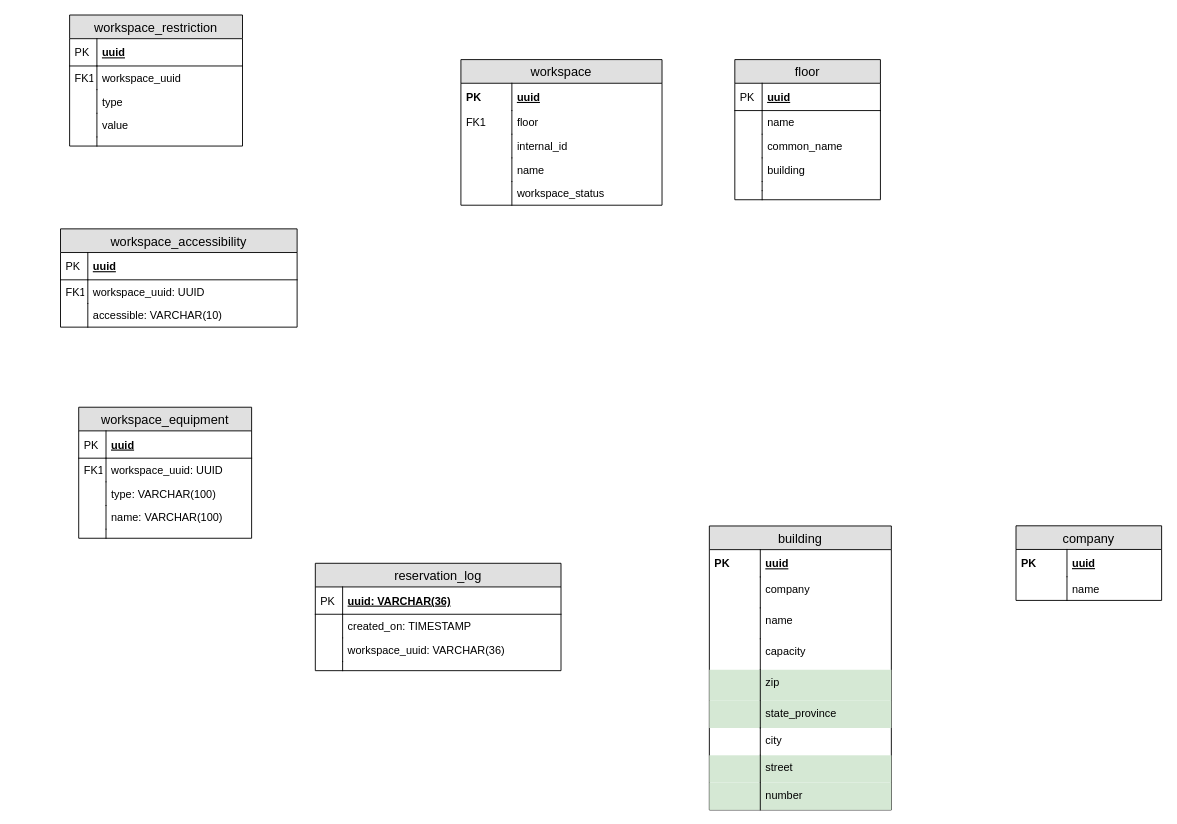
MaslovD/project-zebra-diagrams keeps this draw.io diagram as housekeeper-service-erd.drawio. Above is the earlier version. Source tidied: cells renumbered, new cells numbered last; positions are measured from the earlier drawing's top-left corner, leaving out a move shared by most shapes. Both pictures are drawn from the tidied source at 91%, with x=0, y=0 at pixel (60, 15).
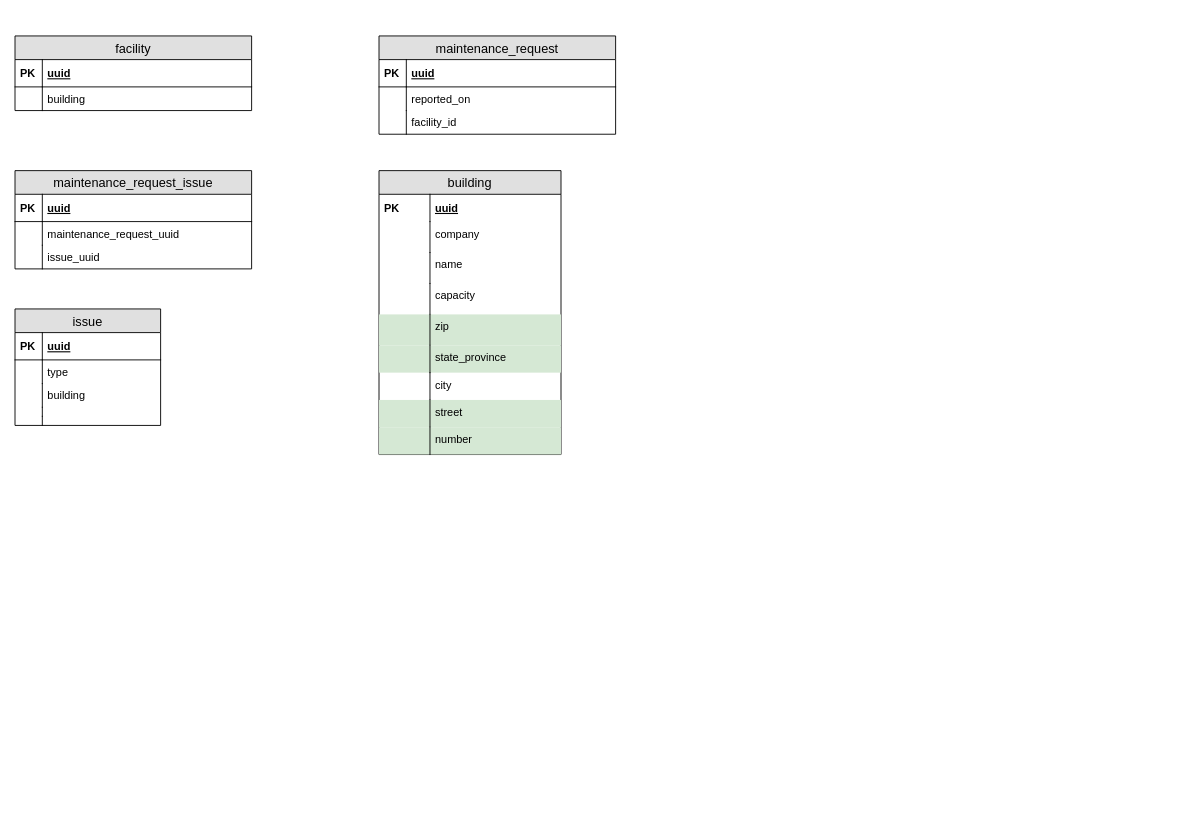
The same page after the edit.

Unchanged cells that the change refers to:
```xml
<mxCell id="58" value="uuid" style="shape=partialRectangle;top=0;left=0;right=0;bottom=1;align=left;verticalAlign=middle;fillColor=none;spacingLeft=34;spacingRight=4;overflow=hidden;fontStyle=5;fontSize=12;" parent="57" vertex="1">
  <mxGeometry y="26" width="160" height="30" as="geometry" />
</mxCell>
<mxCell id="82" value="uuid" style="shape=partialRectangle;top=0;left=0;right=0;bottom=1;align=left;verticalAlign=middle;fillColor=none;spacingLeft=34;spacingRight=4;overflow=hidden;fontStyle=5;fontSize=12;" parent="81" vertex="1">
  <mxGeometry y="26" width="260" height="30" as="geometry" />
</mxCell>
```

What changed in the source:
```diff
@@
-    <mxCell id="2" value="company" style="swimlane;fontStyle=0;horizontal=1;startSize=26;fillColor=#e0e0e0;swimlaneFillColor=#ffffff;align=center;fontSize=14;" parent="1" vertex="1">
-      <mxGeometry x="1050" y="561.3" width="160" height="82" as="geometry" />
-    </mxCell>
-    <mxCell id="3" value="uuid" style="shape=partialRectangle;top=0;left=0;right=0;bottom=0;align=left;verticalAlign=middle;fillColor=none;spacingLeft=60;spacingRight=4;overflow=hidden;fontStyle=5;fontSize=12;" parent="2" vertex="1">
-      <mxGeometry y="26" width="160" height="30" as="geometry" />
-    </mxCell>
-    <mxCell id="4" value="PK" style="shape=partialRectangle;fontStyle=1;top=0;left=0;bottom=0;fillColor=none;align=left;verticalAlign=middle;spacingLeft=4;spacingRight=4;overflow=hidden;fontSize=12;" parent="3" vertex="1">
-      <mxGeometry width="56" height="30" as="geometry" />
-    </mxCell>
-    <mxCell id="5" value="name" style="shape=partialRectangle;top=0;left=0;right=0;bottom=0;align=left;verticalAlign=top;fillColor=none;spacingLeft=60;spacingRight=4;overflow=hidden;fontSize=12;" parent="2" vertex="1">
-      <mxGeometry y="56" width="160" height="26" as="geometry" />
-    </mxCell>
-    <mxCell id="6" style="shape=partialRectangle;top=0;left=0;bottom=0;fillColor=none;align=left;verticalAlign=top;spacingLeft=4;spacingRight=4;overflow=hidden;fontSize=12;" parent="5" vertex="1">
-      <mxGeometry width="56" height="26" as="geometry" />
-    </mxCell>
-    <mxCell id="7" value="workspace" style="swimlane;fontStyle=0;horizontal=1;startSize=26;fillColor=#e0e0e0;swimlaneFillColor=#ffffff;align=center;fontSize=14;" parent="1" vertex="1">
-      <mxGeometry x="440" y="49" width="221" height="160" as="geometry" />
-    </mxCell>
-    <mxCell id="8" value="uuid" style="shape=partialRectangle;top=0;left=0;right=0;bottom=0;align=left;verticalAlign=middle;fillColor=none;spacingLeft=60;spacingRight=4;overflow=hidden;fontStyle=5;fontSize=12;perimeterSpacing=1;" parent="7" vertex="1">
-      <mxGeometry y="26" width="221" height="30" as="geometry" />
-    </mxCell>
-    <mxCell id="9" value="PK" style="shape=partialRectangle;fontStyle=1;top=0;left=0;bottom=0;fillColor=none;align=left;verticalAlign=middle;spacingLeft=4;spacingRight=4;overflow=hidden;fontSize=12;" parent="8" vertex="1">
-      <mxGeometry width="56" height="30" as="geometry" />
-    </mxCell>
-    <mxCell id="10" value="floor" style="shape=partialRectangle;top=0;left=0;right=0;bottom=0;align=left;verticalAlign=top;fillColor=none;spacingLeft=60;spacingRight=4;overflow=hidden;fontSize=12;" parent="7" vertex="1">
-      <mxGeometry y="56" width="221" height="26" as="geometry" />
-    </mxCell>
-    <mxCell id="11" value="FK1" style="shape=partialRectangle;top=0;left=0;bottom=0;fillColor=none;align=left;verticalAlign=top;spacingLeft=4;spacingRight=4;overflow=hidden;fontSize=12;" parent="10" vertex="1">
-      <mxGeometry width="56" height="26" as="geometry" />
-    </mxCell>
-    <mxCell id="12" value="internal_id" style="shape=partialRectangle;top=0;left=0;right=0;bottom=0;align=left;verticalAlign=top;fillColor=none;spacingLeft=60;spacingRight=4;overflow=hidden;fontSize=12;" parent="7" vertex="1">
-      <mxGeometry y="82" width="221" height="26" as="geometry" />
-    </mxCell>
-    <mxCell id="13" style="shape=partialRectangle;top=0;left=0;bottom=0;fillColor=none;align=left;verticalAlign=top;spacingLeft=4;spacingRight=4;overflow=hidden;fontSize=12;" parent="12" vertex="1">
-      <mxGeometry width="56" height="26" as="geometry" />
-    </mxCell>
-    <mxCell id="14" value="name" style="shape=partialRectangle;top=0;left=0;right=0;bottom=0;align=left;verticalAlign=top;fillColor=none;spacingLeft=60;spacingRight=4;overflow=hidden;fontSize=12;" parent="7" vertex="1">
-      <mxGeometry y="108" width="221" height="26" as="geometry" />
-    </mxCell>
-    <mxCell id="15" style="shape=partialRectangle;top=0;left=0;bottom=0;fillColor=none;align=left;verticalAlign=top;spacingLeft=4;spacingRight=4;overflow=hidden;fontSize=12;" parent="14" vertex="1">
-      <mxGeometry width="56" height="26" as="geometry" />
-    </mxCell>
-    <mxCell id="16" value="workspace_status" style="shape=partialRectangle;top=0;left=0;right=0;bottom=0;align=left;verticalAlign=top;fillColor=none;spacingLeft=60;spacingRight=4;overflow=hidden;fontSize=12;" parent="7" vertex="1">
-      <mxGeometry y="134" width="221" height="26" as="geometry" />
-    </mxCell>
-    <mxCell id="17" style="shape=partialRectangle;top=0;left=0;bottom=0;fillColor=none;align=left;verticalAlign=top;spacingLeft=4;spacingRight=4;overflow=hidden;fontSize=12;" parent="16" vertex="1">
-      <mxGeometry width="56" height="26" as="geometry" />
-    </mxCell>
     <mxCell id="18" value="building" style="swimlane;fontStyle=0;horizontal=1;startSize=26;fillColor=#e0e0e0;swimlaneFillColor=#ffffff;align=center;fontSize=14;" parent="1" vertex="1">
-      <mxGeometry x="713" y="561.5" width="200" height="312" as="geometry" />
+      <mxGeometry x="350" y="171" width="200" height="312" as="geometry" />
     </mxCell>
@@
-    <mxCell id="37" value="reservation_log" style="swimlane;fontStyle=0;horizontal=1;startSize=26;fillColor=#e0e0e0;swimlaneFillColor=#ffffff;align=center;fontSize=14;" parent="1" vertex="1">
-      <mxGeometry x="280" y="602.5" width="270" height="118" as="geometry" />
-    </mxCell>
-    <mxCell id="38" value="uuid: VARCHAR(36)" style="shape=partialRectangle;top=0;left=0;right=0;bottom=1;align=left;verticalAlign=middle;fillColor=none;spacingLeft=34;spacingRight=4;overflow=hidden;fontStyle=5;fontSize=12;" parent="37" vertex="1">
-      <mxGeometry y="26" width="270" height="30" as="geometry" />
-    </mxCell>
-    <mxCell id="39" value="PK" style="shape=partialRectangle;top=0;left=0;bottom=0;fillColor=none;align=left;verticalAlign=middle;spacingLeft=4;spacingRight=4;overflow=hidden;fontSize=12;" parent="38" vertex="1">
-      <mxGeometry width="30" height="30" as="geometry" />
-    </mxCell>
-    <mxCell id="40" value="created_on: TIMESTAMP" style="shape=partialRectangle;top=0;left=0;right=0;bottom=0;align=left;verticalAlign=top;fillColor=none;spacingLeft=34;spacingRight=4;overflow=hidden;fontSize=12;" parent="37" vertex="1">
-      <mxGeometry y="56" width="270" height="26" as="geometry" />
-    </mxCell>
-    <mxCell id="41" style="shape=partialRectangle;top=0;left=0;bottom=0;fillColor=none;align=left;verticalAlign=top;spacingLeft=4;spacingRight=4;overflow=hidden;fontSize=12;" parent="40" vertex="1">
-      <mxGeometry width="30" height="26" as="geometry" />
-    </mxCell>
-    <mxCell id="42" value="workspace_uuid: VARCHAR(36)" style="shape=partialRectangle;top=0;left=0;right=0;bottom=0;align=left;verticalAlign=top;fillColor=none;spacingLeft=34;spacingRight=4;overflow=hidden;fontSize=12;" parent="37" vertex="1">
-      <mxGeometry y="82" width="270" height="26" as="geometry" />
-    </mxCell>
-    <mxCell id="43" style="shape=partialRectangle;top=0;left=0;bottom=0;fillColor=none;align=left;verticalAlign=top;spacingLeft=4;spacingRight=4;overflow=hidden;fontSize=12;" parent="42" vertex="1">
-      <mxGeometry width="30" height="26" as="geometry" />
-    </mxCell>
-    <mxCell id="44" style="shape=partialRectangle;top=0;left=0;right=0;bottom=0;align=left;verticalAlign=top;fillColor=none;spacingLeft=34;spacingRight=4;overflow=hidden;fontSize=12;" parent="37" vertex="1">
-      <mxGeometry y="108" width="270" height="10" as="geometry" />
-    </mxCell>
-    <mxCell id="45" style="shape=partialRectangle;top=0;left=0;bottom=0;fillColor=none;align=left;verticalAlign=top;spacingLeft=4;spacingRight=4;overflow=hidden;fontSize=12;" parent="44" vertex="1">
-      <mxGeometry width="30" height="10" as="geometry" />
-    </mxCell>
-    <mxCell id="46" value="workspace_restriction" style="swimlane;fontStyle=0;horizontal=1;startSize=26;fillColor=#e0e0e0;swimlaneFillColor=#ffffff;align=center;fontSize=14;" parent="1" vertex="1">
-      <mxGeometry x="10" width="190" height="144" as="geometry" />
-    </mxCell>
-    <mxCell id="47" value="uuid" style="shape=partialRectangle;top=0;left=0;right=0;bottom=1;align=left;verticalAlign=middle;fillColor=none;spacingLeft=34;spacingRight=4;overflow=hidden;fontStyle=5;fontSize=12;" parent="46" vertex="1">
-      <mxGeometry y="26" width="190" height="30" as="geometry" />
-    </mxCell>
-    <mxCell id="48" value="PK" style="shape=partialRectangle;top=0;left=0;bottom=0;fillColor=none;align=left;verticalAlign=middle;spacingLeft=4;spacingRight=4;overflow=hidden;fontSize=12;" parent="47" vertex="1">
-      <mxGeometry width="30" height="30" as="geometry" />
-    </mxCell>
-    <mxCell id="49" value="workspace_uuid" style="shape=partialRectangle;top=0;left=0;right=0;bottom=0;align=left;verticalAlign=top;fillColor=none;spacingLeft=34;spacingRight=4;overflow=hidden;fontSize=12;" parent="46" vertex="1">
-      <mxGeometry y="56" width="190" height="26" as="geometry" />
-    </mxCell>
-    <mxCell id="50" value="FK1" style="shape=partialRectangle;top=0;left=0;bottom=0;fillColor=none;align=left;verticalAlign=top;spacingLeft=4;spacingRight=4;overflow=hidden;fontSize=12;" parent="49" vertex="1">
-      <mxGeometry width="30" height="26" as="geometry" />
-    </mxCell>
-    <mxCell id="51" value="type" style="shape=partialRectangle;top=0;left=0;right=0;bottom=0;align=left;verticalAlign=top;fillColor=none;spacingLeft=34;spacingRight=4;overflow=hidden;fontSize=12;" parent="46" vertex="1">
-      <mxGeometry y="82" width="190" height="26" as="geometry" />
-    </mxCell>
-    <mxCell id="52" style="shape=partialRectangle;top=0;left=0;bottom=0;fillColor=none;align=left;verticalAlign=top;spacingLeft=4;spacingRight=4;overflow=hidden;fontSize=12;" parent="51" vertex="1">
-      <mxGeometry width="30" height="26" as="geometry" />
-    </mxCell>
-    <mxCell id="53" value="value" style="shape=partialRectangle;top=0;left=0;right=0;bottom=0;align=left;verticalAlign=top;fillColor=none;spacingLeft=34;spacingRight=4;overflow=hidden;fontSize=12;" parent="46" vertex="1">
-      <mxGeometry y="108" width="190" height="26" as="geometry" />
-    </mxCell>
-    <mxCell id="54" style="shape=partialRectangle;top=0;left=0;bottom=0;fillColor=none;align=left;verticalAlign=top;spacingLeft=4;spacingRight=4;overflow=hidden;fontSize=12;" parent="53" vertex="1">
-      <mxGeometry width="30" height="26" as="geometry" />
-    </mxCell>
-    <mxCell id="55" style="shape=partialRectangle;top=0;left=0;right=0;bottom=0;align=left;verticalAlign=top;fillColor=none;spacingLeft=34;spacingRight=4;overflow=hidden;fontSize=12;" parent="46" vertex="1">
-      <mxGeometry y="134" width="190" height="10" as="geometry" />
-    </mxCell>
-    <mxCell id="56" style="shape=partialRectangle;top=0;left=0;bottom=0;fillColor=none;align=left;verticalAlign=top;spacingLeft=4;spacingRight=4;overflow=hidden;fontSize=12;" parent="55" vertex="1">
-      <mxGeometry width="30" height="10" as="geometry" />
-    </mxCell>
-    <mxCell id="57" value="floor" style="swimlane;fontStyle=0;horizontal=1;startSize=26;fillColor=#e0e0e0;swimlaneFillColor=#ffffff;align=center;fontSize=14;" parent="1" vertex="1">
-      <mxGeometry x="741" y="49" width="160" height="154" as="geometry" />
+    <mxCell id="57" value="issue" style="swimlane;fontStyle=0;horizontal=1;startSize=26;fillColor=#e0e0e0;swimlaneFillColor=#ffffff;align=center;fontSize=14;" parent="1" vertex="1">
+      <mxGeometry x="-50" y="323" width="160" height="128" as="geometry" />
     </mxCell>
@@
-    <mxCell id="59" value="PK" style="shape=partialRectangle;top=0;left=0;bottom=0;fillColor=none;align=left;verticalAlign=middle;spacingLeft=4;spacingRight=4;overflow=hidden;fontSize=12;" parent="58" vertex="1">
+    <mxCell id="59" value="PK" style="shape=partialRectangle;top=0;left=0;bottom=0;fillColor=none;align=left;verticalAlign=middle;spacingLeft=4;spacingRight=4;overflow=hidden;fontSize=12;fontStyle=1;" parent="58" vertex="1">
       <mxGeometry width="30" height="30" as="geometry" />
     </mxCell>
-    <mxCell id="60" value="name" style="shape=partialRectangle;top=0;left=0;right=0;bottom=0;align=left;verticalAlign=top;fillColor=none;spacingLeft=34;spacingRight=4;overflow=hidden;fontSize=12;" parent="57" vertex="1">
+    <mxCell id="60" value="type" style="shape=partialRectangle;top=0;left=0;right=0;bottom=0;align=left;verticalAlign=top;fillColor=none;spacingLeft=34;spacingRight=4;overflow=hidden;fontSize=12;" parent="57" vertex="1">
       <mxGeometry y="56" width="160" height="26" as="geometry" />
     </mxCell>
@@
-    <mxCell id="62" value="common_name" style="shape=partialRectangle;top=0;left=0;right=0;bottom=0;align=left;verticalAlign=top;fillColor=none;spacingLeft=34;spacingRight=4;overflow=hidden;fontSize=12;" parent="57" vertex="1">
-      <mxGeometry y="82" width="160" height="26" as="geometry" />
-    </mxCell>
-    <mxCell id="63" style="shape=partialRectangle;top=0;left=0;bottom=0;fillColor=none;align=left;verticalAlign=top;spacingLeft=4;spacingRight=4;overflow=hidden;fontSize=12;" parent="62" vertex="1">
-      <mxGeometry width="30" height="26" as="geometry" />
-    </mxCell>
     <mxCell id="64" value="building" style="shape=partialRectangle;top=0;left=0;right=0;bottom=0;align=left;verticalAlign=top;fillColor=none;spacingLeft=34;spacingRight=4;overflow=hidden;fontSize=12;" parent="57" vertex="1">
-      <mxGeometry y="108" width="160" height="26" as="geometry" />
+      <mxGeometry y="82" width="160" height="26" as="geometry" />
     </mxCell>
@@
     <mxCell id="66" style="shape=partialRectangle;top=0;left=0;right=0;bottom=0;align=left;verticalAlign=top;fillColor=none;spacingLeft=34;spacingRight=4;overflow=hidden;fontSize=12;" parent="57" vertex="1">
-      <mxGeometry y="134" width="160" height="10" as="geometry" />
+      <mxGeometry y="108" width="160" height="10" as="geometry" />
     </mxCell>
@@
     <mxCell id="68" style="shape=partialRectangle;top=0;left=0;right=0;bottom=0;align=left;verticalAlign=top;fillColor=none;spacingLeft=34;spacingRight=4;overflow=hidden;fontSize=12;" parent="57" vertex="1">
-      <mxGeometry y="144" width="160" height="10" as="geometry" />
+      <mxGeometry y="118" width="160" height="10" as="geometry" />
     </mxCell>
@@
-    <mxCell id="70" value="workspace_equipment" style="swimlane;fontStyle=0;horizontal=1;startSize=26;fillColor=#e0e0e0;swimlaneFillColor=#ffffff;align=center;fontSize=14;" parent="1" vertex="1">
-      <mxGeometry x="20" y="431" width="190" height="144" as="geometry" />
-    </mxCell>
-    <mxCell id="71" value="uuid" style="shape=partialRectangle;top=0;left=0;right=0;bottom=1;align=left;verticalAlign=middle;fillColor=none;spacingLeft=34;spacingRight=4;overflow=hidden;fontStyle=5;fontSize=12;" parent="70" vertex="1">
-      <mxGeometry y="26" width="190" height="30" as="geometry" />
-    </mxCell>
-    <mxCell id="72" value="PK" style="shape=partialRectangle;top=0;left=0;bottom=0;fillColor=none;align=left;verticalAlign=middle;spacingLeft=4;spacingRight=4;overflow=hidden;fontSize=12;" parent="71" vertex="1">
-      <mxGeometry width="30" height="30" as="geometry" />
-    </mxCell>
-    <mxCell id="73" value="workspace_uuid: UUID" style="shape=partialRectangle;top=0;left=0;right=0;bottom=0;align=left;verticalAlign=top;fillColor=none;spacingLeft=34;spacingRight=4;overflow=hidden;fontSize=12;" parent="70" vertex="1">
-      <mxGeometry y="56" width="190" height="26" as="geometry" />
-    </mxCell>
-    <mxCell id="74" value="FK1" style="shape=partialRectangle;top=0;left=0;bottom=0;fillColor=none;align=left;verticalAlign=top;spacingLeft=4;spacingRight=4;overflow=hidden;fontSize=12;" parent="73" vertex="1">
-      <mxGeometry width="30" height="26" as="geometry" />
-    </mxCell>
-    <mxCell id="75" value="type: VARCHAR(100)" style="shape=partialRectangle;top=0;left=0;right=0;bottom=0;align=left;verticalAlign=top;fillColor=none;spacingLeft=34;spacingRight=4;overflow=hidden;fontSize=12;" parent="70" vertex="1">
-      <mxGeometry y="82" width="190" height="26" as="geometry" />
-    </mxCell>
-    <mxCell id="76" style="shape=partialRectangle;top=0;left=0;bottom=0;fillColor=none;align=left;verticalAlign=top;spacingLeft=4;spacingRight=4;overflow=hidden;fontSize=12;" parent="75" vertex="1">
-      <mxGeometry width="30" height="26" as="geometry" />
-    </mxCell>
-    <mxCell id="77" value="name: VARCHAR(100)" style="shape=partialRectangle;top=0;left=0;right=0;bottom=0;align=left;verticalAlign=top;fillColor=none;spacingLeft=34;spacingRight=4;overflow=hidden;fontSize=12;" parent="70" vertex="1">
-      <mxGeometry y="108" width="190" height="26" as="geometry" />
-    </mxCell>
-    <mxCell id="78" style="shape=partialRectangle;top=0;left=0;bottom=0;fillColor=none;align=left;verticalAlign=top;spacingLeft=4;spacingRight=4;overflow=hidden;fontSize=12;" parent="77" vertex="1">
-      <mxGeometry width="30" height="26" as="geometry" />
-    </mxCell>
-    <mxCell id="79" style="shape=partialRectangle;top=0;left=0;right=0;bottom=0;align=left;verticalAlign=top;fillColor=none;spacingLeft=34;spacingRight=4;overflow=hidden;fontSize=12;" parent="70" vertex="1">
-      <mxGeometry y="134" width="190" height="10" as="geometry" />
-    </mxCell>
-    <mxCell id="80" style="shape=partialRectangle;top=0;left=0;bottom=0;fillColor=none;align=left;verticalAlign=top;spacingLeft=4;spacingRight=4;overflow=hidden;fontSize=12;" parent="79" vertex="1">
-      <mxGeometry width="30" height="10" as="geometry" />
-    </mxCell>
-    <mxCell id="81" value="workspace_accessibility" style="swimlane;fontStyle=0;horizontal=1;startSize=26;fillColor=#e0e0e0;swimlaneFillColor=#ffffff;align=center;fontSize=14;" parent="1" vertex="1">
-      <mxGeometry y="235" width="260" height="108" as="geometry" />
+    <mxCell id="81" value="maintenance_request" style="swimlane;fontStyle=0;horizontal=1;startSize=26;fillColor=#e0e0e0;swimlaneFillColor=#ffffff;align=center;fontSize=14;" parent="1" vertex="1">
+      <mxGeometry x="350" y="23" width="260" height="108" as="geometry" />
     </mxCell>
@@
-    <mxCell id="83" value="PK" style="shape=partialRectangle;top=0;left=0;bottom=0;fillColor=none;align=left;verticalAlign=middle;spacingLeft=4;spacingRight=4;overflow=hidden;fontSize=12;" parent="82" vertex="1">
+    <mxCell id="83" value="PK" style="shape=partialRectangle;top=0;left=0;bottom=0;fillColor=none;align=left;verticalAlign=middle;spacingLeft=4;spacingRight=4;overflow=hidden;fontSize=12;fontStyle=1;" parent="82" vertex="1">
       <mxGeometry width="30" height="30" as="geometry" />
     </mxCell>
-    <mxCell id="84" value="workspace_uuid: UUID" style="shape=partialRectangle;top=0;left=0;right=0;bottom=0;align=left;verticalAlign=top;fillColor=none;spacingLeft=34;spacingRight=4;overflow=hidden;fontSize=12;" parent="81" vertex="1">
+    <mxCell id="84" value="reported_on" style="shape=partialRectangle;top=0;left=0;right=0;bottom=0;align=left;verticalAlign=top;fillColor=none;spacingLeft=34;spacingRight=4;overflow=hidden;fontSize=12;" parent="81" vertex="1">
       <mxGeometry y="56" width="260" height="26" as="geometry" />
     </mxCell>
-    <mxCell id="85" value="FK1" style="shape=partialRectangle;top=0;left=0;bottom=0;fillColor=none;align=left;verticalAlign=top;spacingLeft=4;spacingRight=4;overflow=hidden;fontSize=12;" parent="84" vertex="1">
+    <mxCell id="85" style="shape=partialRectangle;top=0;left=0;bottom=0;fillColor=none;align=left;verticalAlign=top;spacingLeft=4;spacingRight=4;overflow=hidden;fontSize=12;" parent="84" vertex="1">
       <mxGeometry width="30" height="26" as="geometry" />
     </mxCell>
-    <mxCell id="86" value="accessible: VARCHAR(10)" style="shape=partialRectangle;top=0;left=0;right=0;bottom=0;align=left;verticalAlign=top;fillColor=none;spacingLeft=34;spacingRight=4;overflow=hidden;fontSize=12;" parent="81" vertex="1">
+    <mxCell id="86" value="facility_id" style="shape=partialRectangle;top=0;left=0;right=0;bottom=0;align=left;verticalAlign=top;fillColor=none;spacingLeft=34;spacingRight=4;overflow=hidden;fontSize=12;" parent="81" vertex="1">
       <mxGeometry y="82" width="260" height="26" as="geometry" />
     </mxCell>
@@
+    <mxCell id="88" value="maintenance_request_issue" style="swimlane;fontStyle=0;horizontal=1;startSize=26;fillColor=#e0e0e0;swimlaneFillColor=#ffffff;align=center;fontSize=14;" parent="1" vertex="1">
+      <mxGeometry x="-50" y="171" width="260" height="108" as="geometry" />
+    </mxCell>
+    <mxCell id="89" value="uuid" style="shape=partialRectangle;top=0;left=0;right=0;bottom=1;align=left;verticalAlign=middle;fillColor=none;spacingLeft=34;spacingRight=4;overflow=hidden;fontStyle=5;fontSize=12;" parent="88" vertex="1">
+      <mxGeometry y="26" width="260" height="30" as="geometry" />
+    </mxCell>
+    <mxCell id="90" value="PK" style="shape=partialRectangle;top=0;left=0;bottom=0;fillColor=none;align=left;verticalAlign=middle;spacingLeft=4;spacingRight=4;overflow=hidden;fontSize=12;fontStyle=1;" parent="89" vertex="1">
+      <mxGeometry width="30" height="30" as="geometry" />
+    </mxCell>
+    <mxCell id="91" value="maintenance_request_uuid" style="shape=partialRectangle;top=0;left=0;right=0;bottom=0;align=left;verticalAlign=top;fillColor=none;spacingLeft=34;spacingRight=4;overflow=hidden;fontSize=12;" parent="88" vertex="1">
+      <mxGeometry y="56" width="260" height="26" as="geometry" />
+    </mxCell>
+    <mxCell id="92" style="shape=partialRectangle;top=0;left=0;bottom=0;fillColor=none;align=left;verticalAlign=top;spacingLeft=4;spacingRight=4;overflow=hidden;fontSize=12;" parent="91" vertex="1">
+      <mxGeometry width="30" height="26" as="geometry" />
+    </mxCell>
+    <mxCell id="93" value="issue_uuid" style="shape=partialRectangle;top=0;left=0;right=0;bottom=0;align=left;verticalAlign=top;fillColor=none;spacingLeft=34;spacingRight=4;overflow=hidden;fontSize=12;" parent="88" vertex="1">
+      <mxGeometry y="82" width="260" height="26" as="geometry" />
+    </mxCell>
+    <mxCell id="94" style="shape=partialRectangle;top=0;left=0;bottom=0;fillColor=none;align=left;verticalAlign=top;spacingLeft=4;spacingRight=4;overflow=hidden;fontSize=12;" parent="93" vertex="1">
+      <mxGeometry width="30" height="26" as="geometry" />
+    </mxCell>
+    <mxCell id="95" value="facility" style="swimlane;fontStyle=0;horizontal=1;startSize=26;fillColor=#e0e0e0;swimlaneFillColor=#ffffff;align=center;fontSize=14;" parent="1" vertex="1">
+      <mxGeometry x="-50" y="23" width="260" height="82" as="geometry" />
+    </mxCell>
+    <mxCell id="96" value="uuid" style="shape=partialRectangle;top=0;left=0;right=0;bottom=1;align=left;verticalAlign=middle;fillColor=none;spacingLeft=34;spacingRight=4;overflow=hidden;fontStyle=5;fontSize=12;" parent="95" vertex="1">
+      <mxGeometry y="26" width="260" height="30" as="geometry" />
+    </mxCell>
+    <mxCell id="97" value="PK" style="shape=partialRectangle;top=0;left=0;bottom=0;fillColor=none;align=left;verticalAlign=middle;spacingLeft=4;spacingRight=4;overflow=hidden;fontSize=12;fontStyle=1;" parent="96" vertex="1">
+      <mxGeometry width="30" height="30" as="geometry" />
+    </mxCell>
+    <mxCell id="98" value="building" style="shape=partialRectangle;top=0;left=0;right=0;bottom=0;align=left;verticalAlign=top;fillColor=none;spacingLeft=34;spacingRight=4;overflow=hidden;fontSize=12;" parent="95" vertex="1">
+      <mxGeometry y="56" width="260" height="26" as="geometry" />
+    </mxCell>
+    <mxCell id="99" style="shape=partialRectangle;top=0;left=0;bottom=0;fillColor=none;align=left;verticalAlign=top;spacingLeft=4;spacingRight=4;overflow=hidden;fontSize=12;" parent="98" vertex="1">
+      <mxGeometry width="30" height="26" as="geometry" />
+    </mxCell>
```
